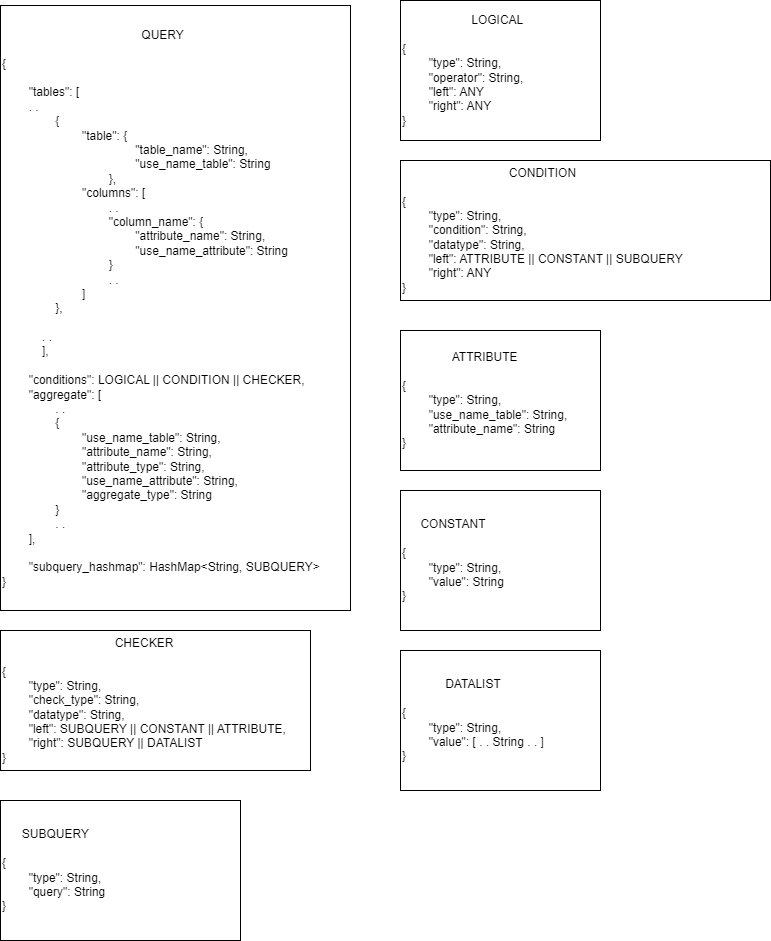
Before: documentation/SemanticParserFile.drawio.png, a diagram exported from draw.io (Rift343/COSMOS). Source tidied: cells renumbered, new cells last; positions are measured from the earlier drawing's top-left corner, leaving out a move shared by most shapes.
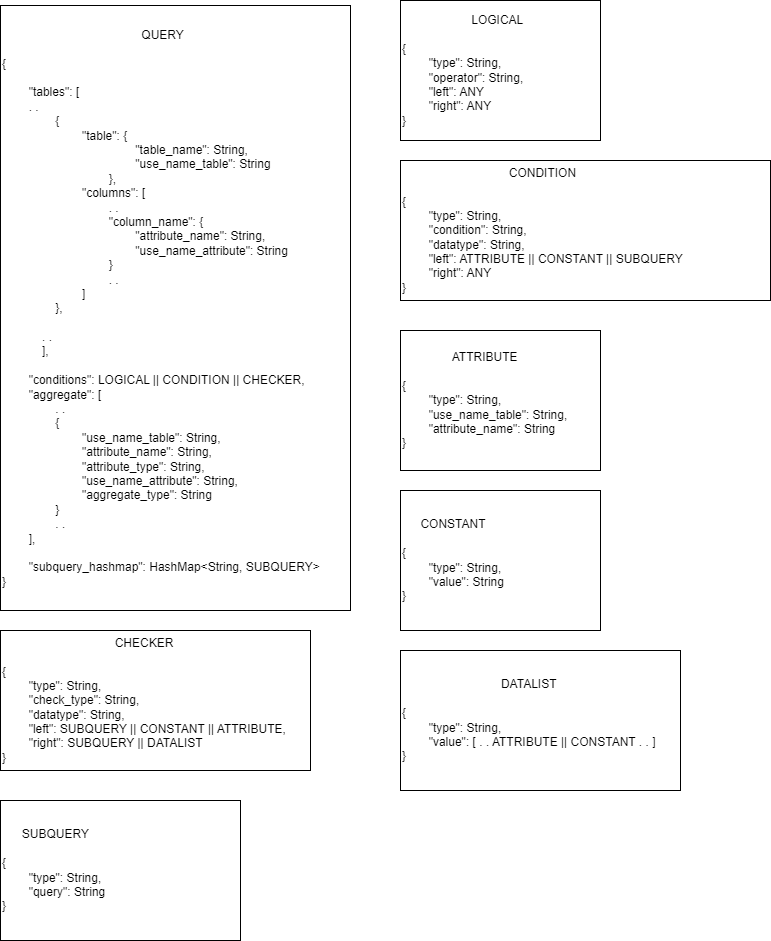
The same file after the commit.

Commit message:
:bookmark: Edited Documentation to reflect changes made to DATALIST 'value' type.

Change to the diagram source:
```diff
@@ -23,8 +23,8 @@
     <mxCell id="8" value="&lt;div style=&quot;text-align: center;&quot;&gt;&lt;span style=&quot;background-color: initial;&quot;&gt;SUBQUERY&lt;/span&gt;&lt;/div&gt;&lt;div style=&quot;text-align: center;&quot;&gt;&lt;span style=&quot;background-color: initial;&quot;&gt;&lt;br&gt;&lt;/span&gt;&lt;/div&gt;&lt;div&gt;{&lt;/div&gt;&lt;div&gt;&lt;span style=&quot;white-space: pre;&quot;&gt;&#9;&lt;/span&gt;&quot;type&quot;: String,&lt;span style=&quot;white-space: pre;&quot;&gt;&#9;&lt;/span&gt;&lt;/div&gt;&lt;div&gt;&lt;span style=&quot;white-space: pre;&quot;&gt;&#9;&lt;/span&gt;&quot;query&quot;: String&lt;br&gt;&lt;/div&gt;&lt;div&gt;}&lt;/div&gt;" style="whiteSpace=wrap;html=1;align=left;" parent="1" vertex="1">
       <mxGeometry y="800" width="240" height="140" as="geometry" />
     </mxCell>
-    <mxCell id="9" value="&lt;div style=&quot;text-align: center;&quot;&gt;&lt;span style=&quot;background-color: initial;&quot;&gt;DATALIST&lt;/span&gt;&lt;/div&gt;&lt;div style=&quot;text-align: center;&quot;&gt;&lt;span style=&quot;background-color: initial;&quot;&gt;&lt;br&gt;&lt;/span&gt;&lt;/div&gt;&lt;div&gt;{&lt;/div&gt;&lt;div&gt;&lt;span style=&quot;white-space: pre;&quot;&gt;&#9;&lt;/span&gt;&quot;type&quot;: String,&lt;/div&gt;&lt;div&gt;&lt;span style=&quot;white-space: pre;&quot;&gt;&#9;&lt;/span&gt;&quot;value&quot;: [ . . String . . ]&lt;br&gt;&lt;/div&gt;&lt;div&gt;}&lt;/div&gt;" style="whiteSpace=wrap;html=1;align=left;" parent="1" vertex="1">
-      <mxGeometry x="400" y="650" width="200" height="140" as="geometry" />
+    <mxCell id="9" value="&lt;div style=&quot;text-align: center;&quot;&gt;&lt;span style=&quot;background-color: initial;&quot;&gt;DATALIST&lt;/span&gt;&lt;/div&gt;&lt;div style=&quot;text-align: center;&quot;&gt;&lt;span style=&quot;background-color: initial;&quot;&gt;&lt;br&gt;&lt;/span&gt;&lt;/div&gt;&lt;div&gt;{&lt;/div&gt;&lt;div&gt;&lt;span style=&quot;white-space: pre;&quot;&gt;&#9;&lt;/span&gt;&quot;type&quot;: String,&lt;/div&gt;&lt;div&gt;&lt;span style=&quot;white-space: pre;&quot;&gt;&#9;&lt;/span&gt;&quot;value&quot;: [ . . ATTRIBUTE || CONSTANT . . ]&lt;br&gt;&lt;/div&gt;&lt;div&gt;}&lt;/div&gt;" style="whiteSpace=wrap;html=1;align=left;" parent="1" vertex="1">
+      <mxGeometry x="400" y="650" width="280" height="140" as="geometry" />
     </mxCell>
   </root>
 </mxGraphModel>
```
